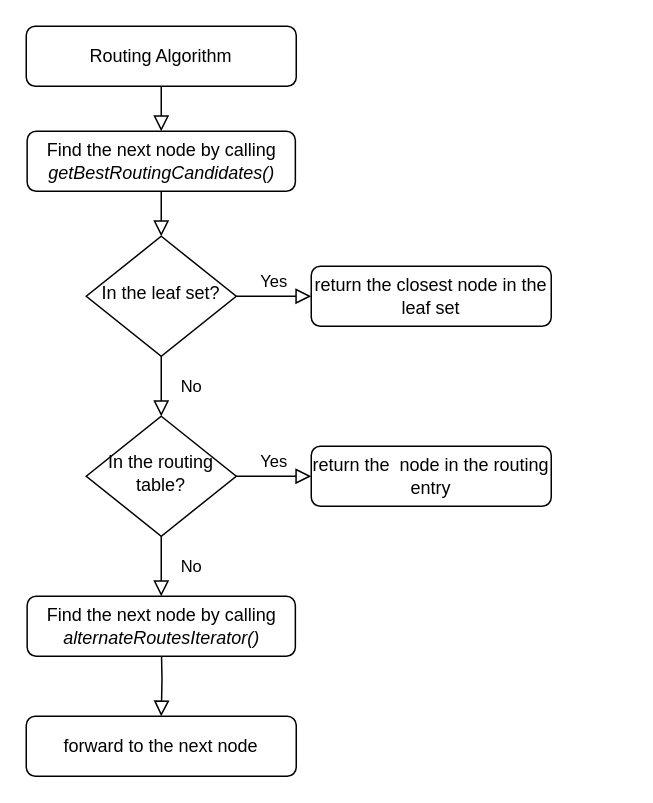
OneOverThree/PastryTest keeps this draw.io diagram as PastryRouting.drawio. Above is the earlier version. Source tidied: cells renumbered, new cells numbered last; positions are measured from the earlier drawing's top-left corner, leaving out a move shared by most shapes. Both pictures are drawn from the tidied source at 150%, with x=0, y=0 at pixel (26, 26).
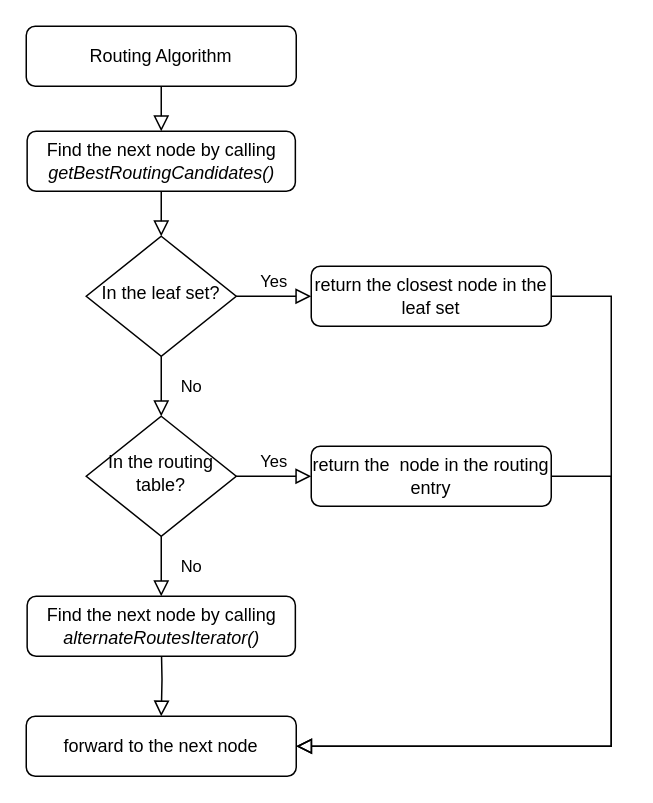
After the change.

The change refers to these unchanged cells:
```xml
<mxCell id="7" value="return the closest node in the leaf set" style="rounded=1;whiteSpace=wrap;html=1;fontSize=12;glass=0;strokeWidth=1;shadow=0;" parent="1" vertex="1">
  <mxGeometry x="190" y="160" width="160" height="40" as="geometry" />
</mxCell>
<mxCell id="10" value="forward to the next node" style="rounded=1;whiteSpace=wrap;html=1;fontSize=12;glass=0;strokeWidth=1;shadow=0;" parent="1" vertex="1">
  <mxGeometry y="460" width="180" height="40" as="geometry" />
</mxCell>
<mxCell id="11" value="return the&amp;nbsp; node in the routing entry" style="rounded=1;whiteSpace=wrap;html=1;fontSize=12;glass=0;strokeWidth=1;shadow=0;" parent="1" vertex="1">
  <mxGeometry x="190" y="280" width="160" height="40" as="geometry" />
</mxCell>
```

Change to the diagram source:
```diff
@@
+    <mxCell id="17" style="rounded=0;html=1;jettySize=auto;fontSize=11;endArrow=block;endFill=0;endSize=8;strokeWidth=1;shadow=0;labelBackgroundColor=none;edgeStyle=orthogonalEdgeStyle;entryX=1;entryY=0.5;entryDx=0;entryDy=0;exitX=1;exitY=0.5;exitDx=0;exitDy=0;" parent="1" edge="1" source="11" target="10">
+      <mxGeometry relative="1" as="geometry">
+        <Array as="points">
+          <mxPoint x="390" y="300" />
+          <mxPoint x="390" y="480" />
+        </Array>
+      </mxGeometry>
+    </mxCell>
+    <mxCell id="18" style="rounded=0;html=1;jettySize=auto;fontSize=11;endArrow=block;endFill=0;endSize=8;strokeWidth=1;shadow=0;labelBackgroundColor=none;edgeStyle=orthogonalEdgeStyle;entryX=1;entryY=0.5;entryDx=0;entryDy=0;exitX=1;exitY=0.5;exitDx=0;exitDy=0;" parent="1" edge="1" source="7" target="10">
+      <mxGeometry relative="1" as="geometry">
+        <Array as="points">
+          <mxPoint x="390" y="180" />
+          <mxPoint x="390" y="480" />
+        </Array>
+      </mxGeometry>
+    </mxCell>
```
